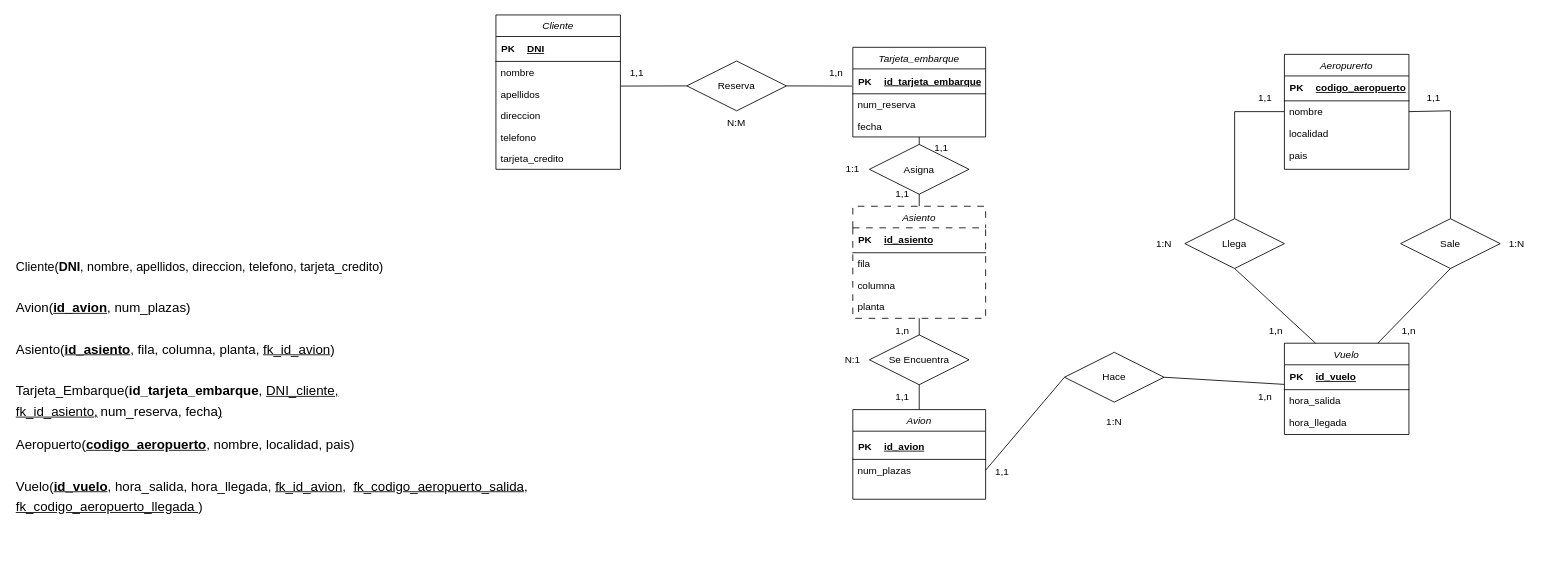
Daninuro/diagrames-cvf-dn-mpl-n-11102023 keeps this draw.io diagram as Ejercicio08.drawio. Above is the earlier version. Source tidied: cells renumbered, new cells numbered last; positions are measured from the earlier drawing's top-left corner, leaving out a move shared by most shapes. Both pictures are drawn from the tidied source at 83%, with x=0, y=0 at pixel (14, 14).
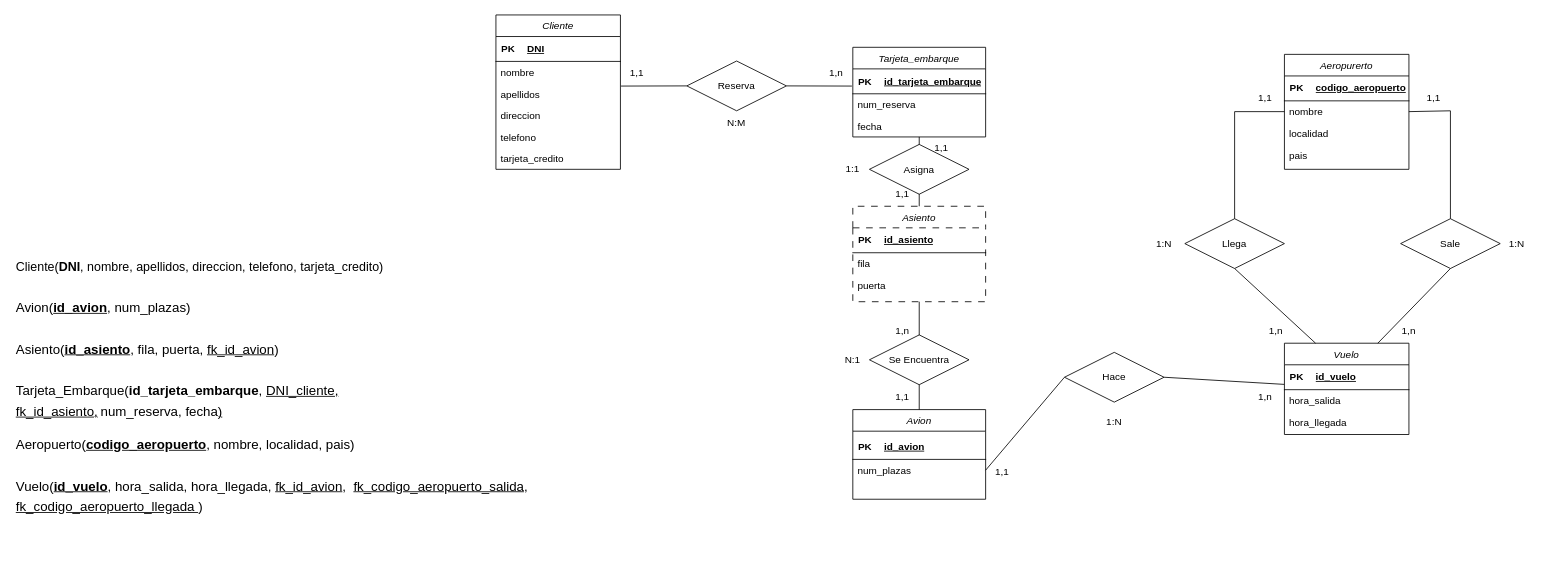
After the change.

Diff of the diagram source:
```diff
@@
     <mxCell id="34" value="Asiento" style="swimlane;fontStyle=2;align=center;verticalAlign=top;horizontal=1;startSize=26;rounded=0;shadow=0;strokeWidth=1;dashed=1;dashPattern=8 8;" parent="1" vertex="1">
-      <mxGeometry x="1010" y="231" width="160" height="135" as="geometry" />
+      <mxGeometry x="1010" y="231" width="160" height="115" as="geometry" />
     </mxCell>
@@
-    <mxCell id="40" value="columna" style="text;align=left;verticalAlign=top;spacingLeft=4;spacingRight=4;overflow=hidden;rounded=0;shadow=0;html=0;" parent="34" vertex="1">
-      <mxGeometry y="82" width="160" height="26" as="geometry" />
-    </mxCell>
-    <mxCell id="41" value="planta" style="text;align=left;verticalAlign=top;spacingLeft=4;spacingRight=4;overflow=hidden;rounded=0;shadow=0;html=0;" parent="34" vertex="1">
-      <mxGeometry y="108" width="160" height="26" as="geometry" />
+    <mxCell id="41" value="puerta" style="text;align=left;verticalAlign=top;spacingLeft=4;spacingRight=4;overflow=hidden;rounded=0;shadow=0;html=0;" parent="34" vertex="1">
+      <mxGeometry y="82" width="160" height="28" as="geometry" />
     </mxCell>
@@
-    <mxCell id="76" value="&lt;div style=&quot;line-height: 200%;&quot;&gt;&lt;font style=&quot;font-size: 15px;&quot;&gt;Cliente(&lt;b style=&quot;&quot;&gt;DNI&lt;/b&gt;, nombre, apellidos, direccion, telefono, tarjeta_credito)&lt;/font&gt;&lt;/div&gt;&lt;div style=&quot;line-height: 200%;&quot;&gt;&lt;font style=&quot;font-size: 15px;&quot;&gt;&lt;br&gt;&lt;/font&gt;&lt;/div&gt;&lt;div style=&quot;line-height: 200%;&quot;&gt;&lt;font size=&quot;3&quot;&gt;Avion(&lt;b&gt;&lt;u&gt;id_avion&lt;/u&gt;&lt;/b&gt;, num_plazas)&lt;/font&gt;&lt;/div&gt;&lt;div style=&quot;line-height: 200%;&quot;&gt;&lt;font size=&quot;3&quot;&gt;&lt;br&gt;&lt;/font&gt;&lt;/div&gt;&lt;div style=&quot;line-height: 200%;&quot;&gt;&lt;font size=&quot;3&quot;&gt;Asiento(&lt;b&gt;&lt;u&gt;id_asiento&lt;/u&gt;&lt;/b&gt;, fila, columna, planta, &lt;u&gt;fk_id_avion&lt;/u&gt;)&lt;/font&gt;&lt;/div&gt;&lt;div style=&quot;line-height: 200%;&quot;&gt;&lt;font size=&quot;3&quot;&gt;&lt;br&gt;&lt;/font&gt;&lt;/div&gt;&lt;div style=&quot;line-height: 200%;&quot;&gt;&lt;div style=&quot;border-color: var(--border-color); line-height: 24px;&quot;&gt;&lt;font style=&quot;border-color: var(--border-color);&quot; size=&quot;3&quot;&gt;Tarjeta_Embarque(&lt;b style=&quot;border-color: var(--border-color);&quot;&gt;id_tarjeta_embarque&lt;/b&gt;,&amp;nbsp;&lt;u style=&quot;border-color: var(--border-color);&quot;&gt;DNI_cliente,&lt;/u&gt;&amp;nbsp;&lt;/font&gt;&lt;/div&gt;&lt;u style=&quot;border-color: var(--border-color); font-size: medium;&quot;&gt;fk_id_asiento,&lt;/u&gt;&amp;nbsp;&lt;span style=&quot;border-color: var(--border-color); font-size: medium;&quot;&gt;&lt;span style=&quot;border-color: var(--border-color); background-color: initial;&quot;&gt;num_reserva, fecha&lt;/span&gt;&lt;span style=&quot;border-color: var(--border-color); text-decoration-line: underline; background-color: initial;&quot;&gt;)&lt;br style=&quot;border-color: var(--border-color);&quot;&gt;&lt;/span&gt;&lt;/span&gt;&lt;/div&gt;&lt;div&gt;&lt;br&gt;&lt;/div&gt;&lt;div style=&quot;line-height: 200%;&quot;&gt;&lt;font size=&quot;3&quot;&gt;Aeropuerto(&lt;b style=&quot;border-color: var(--border-color);&quot;&gt;&lt;u&gt;codigo_aeropuerto&lt;/u&gt;&lt;/b&gt;, nombre, localidad, pais)&lt;br&gt;&lt;/font&gt;&lt;/div&gt;&lt;div style=&quot;line-height: 200%;&quot;&gt;&lt;font size=&quot;3&quot;&gt;&lt;br&gt;&lt;/font&gt;&lt;/div&gt;&lt;div style=&quot;line-height: 200%;&quot;&gt;&lt;font size=&quot;3&quot;&gt;Vuelo(&lt;b&gt;&lt;u&gt;id_vuelo&lt;/u&gt;&lt;/b&gt;, hora_salida, hora_llegada, &lt;u&gt;fk_id_avion&lt;/u&gt;,&amp;nbsp; &lt;u&gt;fk_codigo_aeropuerto_salida&lt;/u&gt;, &lt;u&gt;fk_codigo_aeropuerto_llegada &lt;/u&gt;)&lt;/font&gt;&lt;/div&gt;" style="text;html=1;strokeColor=none;fillColor=none;align=left;verticalAlign=middle;whiteSpace=wrap;rounded=0;" parent="1" vertex="1">
+    <mxCell id="76" value="&lt;div style=&quot;line-height: 200%;&quot;&gt;&lt;font style=&quot;font-size: 15px;&quot;&gt;Cliente(&lt;b style=&quot;&quot;&gt;DNI&lt;/b&gt;, nombre, apellidos, direccion, telefono, tarjeta_credito)&lt;/font&gt;&lt;/div&gt;&lt;div style=&quot;line-height: 200%;&quot;&gt;&lt;font style=&quot;font-size: 15px;&quot;&gt;&lt;br&gt;&lt;/font&gt;&lt;/div&gt;&lt;div style=&quot;line-height: 200%;&quot;&gt;&lt;font size=&quot;3&quot;&gt;Avion(&lt;b&gt;&lt;u&gt;id_avion&lt;/u&gt;&lt;/b&gt;, num_plazas)&lt;/font&gt;&lt;/div&gt;&lt;div style=&quot;line-height: 200%;&quot;&gt;&lt;font size=&quot;3&quot;&gt;&lt;br&gt;&lt;/font&gt;&lt;/div&gt;&lt;div style=&quot;line-height: 200%;&quot;&gt;&lt;font size=&quot;3&quot;&gt;Asiento(&lt;b&gt;&lt;u&gt;id_asiento&lt;/u&gt;&lt;/b&gt;, fila, puerta, &lt;u&gt;fk_id_avion&lt;/u&gt;)&lt;/font&gt;&lt;/div&gt;&lt;div style=&quot;line-height: 200%;&quot;&gt;&lt;font size=&quot;3&quot;&gt;&lt;br&gt;&lt;/font&gt;&lt;/div&gt;&lt;div style=&quot;line-height: 200%;&quot;&gt;&lt;div style=&quot;border-color: var(--border-color); line-height: 24px;&quot;&gt;&lt;font style=&quot;border-color: var(--border-color);&quot; size=&quot;3&quot;&gt;Tarjeta_Embarque(&lt;b style=&quot;border-color: var(--border-color);&quot;&gt;id_tarjeta_embarque&lt;/b&gt;,&amp;nbsp;&lt;u style=&quot;border-color: var(--border-color);&quot;&gt;DNI_cliente,&lt;/u&gt;&amp;nbsp;&lt;/font&gt;&lt;/div&gt;&lt;u style=&quot;border-color: var(--border-color); font-size: medium;&quot;&gt;fk_id_asiento,&lt;/u&gt;&amp;nbsp;&lt;span style=&quot;border-color: var(--border-color); font-size: medium;&quot;&gt;&lt;span style=&quot;border-color: var(--border-color); background-color: initial;&quot;&gt;num_reserva, fecha&lt;/span&gt;&lt;span style=&quot;border-color: var(--border-color); text-decoration-line: underline; background-color: initial;&quot;&gt;)&lt;br style=&quot;border-color: var(--border-color);&quot;&gt;&lt;/span&gt;&lt;/span&gt;&lt;/div&gt;&lt;div&gt;&lt;br&gt;&lt;/div&gt;&lt;div style=&quot;line-height: 200%;&quot;&gt;&lt;font size=&quot;3&quot;&gt;Aeropuerto(&lt;b style=&quot;border-color: var(--border-color);&quot;&gt;&lt;u&gt;codigo_aeropuerto&lt;/u&gt;&lt;/b&gt;, nombre, localidad, pais)&lt;br&gt;&lt;/font&gt;&lt;/div&gt;&lt;div style=&quot;line-height: 200%;&quot;&gt;&lt;font size=&quot;3&quot;&gt;&lt;br&gt;&lt;/font&gt;&lt;/div&gt;&lt;div style=&quot;line-height: 200%;&quot;&gt;&lt;font size=&quot;3&quot;&gt;Vuelo(&lt;b&gt;&lt;u&gt;id_vuelo&lt;/u&gt;&lt;/b&gt;, hora_salida, hora_llegada, &lt;u&gt;fk_id_avion&lt;/u&gt;,&amp;nbsp; &lt;u&gt;fk_codigo_aeropuerto_salida&lt;/u&gt;, &lt;u&gt;fk_codigo_aeropuerto_llegada &lt;/u&gt;)&lt;/font&gt;&lt;/div&gt;" style="text;html=1;strokeColor=none;fillColor=none;align=left;verticalAlign=middle;whiteSpace=wrap;rounded=0;" parent="1" vertex="1">
       <mxGeometry y="246" width="680" height="405" as="geometry" />
     </mxCell>
```
